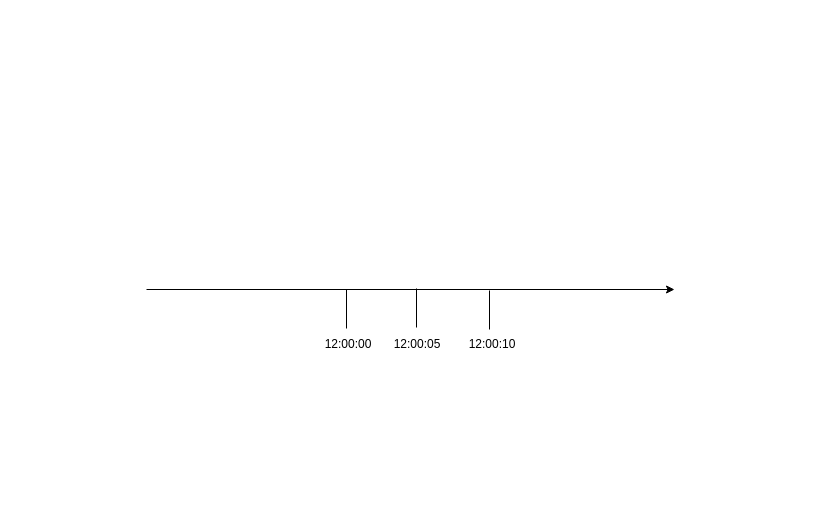
Before: 延迟消息逻辑实现图.drawio in mingtian110/pc_home, a draw.io diagram. Source tidied: cells renumbered, new cells numbered last; positions are measured from the earlier drawing's top-left corner, leaving out a move shared by most shapes. Both pictures are drawn from the tidied source at 100%, with x=0, y=0 at pixel (146, 288).
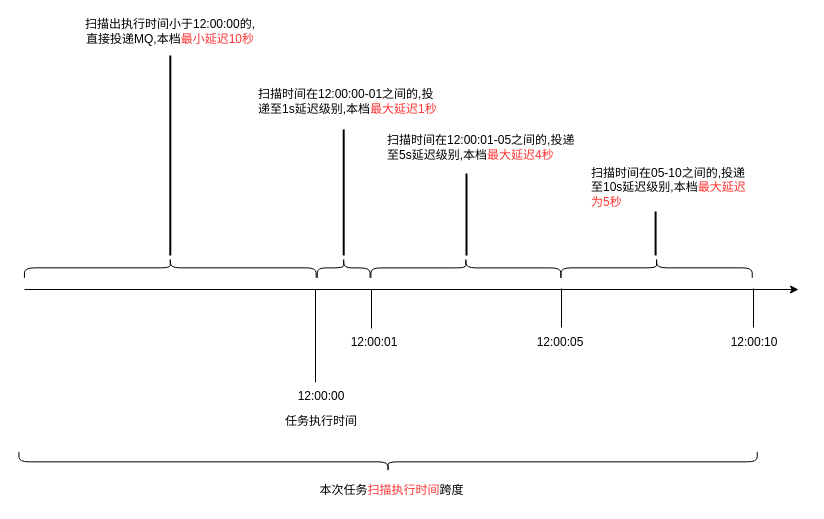
The same page after the edit.

Commit message (it also covers changes not shown here):
更新延迟消息逻辑实现图.drawio

The edit, as a diff of the source:
```diff
@@
     <mxCell id="2" style="endArrow=classic;html=1;" parent="1" edge="1">
       <mxGeometry relative="1" as="geometry">
-        <mxPoint y="1" as="sourcePoint" />
-        <mxPoint x="528" y="1" as="targetPoint" />
+        <mxPoint x="-122" y="1" as="sourcePoint" />
+        <mxPoint x="652" y="1" as="targetPoint" />
       </mxGeometry>
     </mxCell>
     <mxCell id="3" style="endArrow=none;html=1;" parent="1" edge="1">
       <mxGeometry relative="1" as="geometry">
-        <mxPoint x="200" y="40" as="sourcePoint" />
-        <mxPoint x="200" y="1" as="targetPoint" />
+        <mxPoint x="169" y="93.8" as="sourcePoint" />
+        <mxPoint x="169" y="0.8" as="targetPoint" />
       </mxGeometry>
     </mxCell>
     <mxCell id="4" value="12:00:00" style="text;html=1;strokeColor=none;fillColor=none;align=center;verticalAlign=middle;whiteSpace=wrap;rounded=0;" parent="1" vertex="1">
-      <mxGeometry x="182" y="46" width="40" height="20" as="geometry" />
+      <mxGeometry x="155.2" y="98" width="40" height="20" as="geometry" />
     </mxCell>
     <mxCell id="5" style="endArrow=none;html=1;" parent="1" edge="1">
       <mxGeometry relative="1" as="geometry">
-        <mxPoint x="270" y="39" as="sourcePoint" />
-        <mxPoint x="270" as="targetPoint" />
+        <mxPoint x="415" y="39" as="sourcePoint" />
+        <mxPoint x="415" as="targetPoint" />
       </mxGeometry>
     </mxCell>
     <mxCell id="6" style="endArrow=none;html=1;" parent="1" edge="1">
       <mxGeometry relative="1" as="geometry">
-        <mxPoint x="343" y="41" as="sourcePoint" />
-        <mxPoint x="343" y="2" as="targetPoint" />
+        <mxPoint x="607" y="39" as="sourcePoint" />
+        <mxPoint x="607" as="targetPoint" />
       </mxGeometry>
     </mxCell>
     <mxCell id="7" value="12:00:05" style="text;html=1;strokeColor=none;fillColor=none;align=center;verticalAlign=middle;whiteSpace=wrap;rounded=0;" parent="1" vertex="1">
-      <mxGeometry x="251" y="46" width="40" height="20" as="geometry" />
+      <mxGeometry x="394" y="44" width="40" height="20" as="geometry" />
     </mxCell>
     <mxCell id="8" value="12:00:10" style="text;html=1;strokeColor=none;fillColor=none;align=center;verticalAlign=middle;whiteSpace=wrap;rounded=0;" parent="1" vertex="1">
-      <mxGeometry x="326" y="46" width="40" height="20" as="geometry" />
+      <mxGeometry x="588" y="44" width="40" height="20" as="geometry" />
     </mxCell>
+    <mxCell id="9" value="任务执行时间" style="text;html=1;strokeColor=none;fillColor=none;align=center;verticalAlign=middle;whiteSpace=wrap;rounded=0;" parent="1" vertex="1">
+      <mxGeometry x="132.2" y="122" width="86" height="22" as="geometry" />
+    </mxCell>
+    <mxCell id="10" style="shape=curlyBracket;whiteSpace=wrap;html=1;rounded=1;rotation=-90;" parent="1" vertex="1">
+      <mxGeometry x="231.6" y="-195.8" width="20" height="738.3" as="geometry" />
+    </mxCell>
+    <mxCell id="11" value="本次任务&lt;font color=&quot;#ff3333&quot;&gt;扫描执行时间&lt;/font&gt;跨度" style="text;html=1;strokeColor=none;fillColor=none;align=center;verticalAlign=middle;whiteSpace=wrap;rounded=0;" parent="1" vertex="1">
+      <mxGeometry x="169" y="191.4" width="153" height="22" as="geometry" />
+    </mxCell>
+    <mxCell id="12" style="line;strokeWidth=2;direction=south;html=1;" parent="1" vertex="1">
+      <mxGeometry x="18.8" y="-233" width="10" height="200" as="geometry" />
+    </mxCell>
+    <mxCell id="13" value="扫描出执行时间小于12:00:00的,直接投递MQ,本档&lt;font color=&quot;#ff3333&quot;&gt;最小延迟10秒&lt;/font&gt;" style="text;html=1;strokeColor=none;fillColor=none;align=center;verticalAlign=middle;whiteSpace=wrap;rounded=0;" parent="1" vertex="1">
+      <mxGeometry x="-63.2" y="-263" width="174" height="12" as="geometry" />
+    </mxCell>
+    <mxCell id="14" style="endArrow=none;html=1;" parent="1" edge="1">
+      <mxGeometry relative="1" as="geometry">
+        <mxPoint x="225" y="40" as="sourcePoint" />
+        <mxPoint x="225" y="1" as="targetPoint" />
+      </mxGeometry>
+    </mxCell>
+    <mxCell id="15" value="12:00:01" style="text;html=1;strokeColor=none;fillColor=none;align=center;verticalAlign=middle;whiteSpace=wrap;rounded=0;" parent="1" vertex="1">
+      <mxGeometry x="208.2" y="44" width="40" height="20" as="geometry" />
+    </mxCell>
+    <mxCell id="16" style="line;strokeWidth=2;direction=south;html=1;" parent="1" vertex="1">
+      <mxGeometry x="192.2" y="-159" width="10" height="126" as="geometry" />
+    </mxCell>
+    <mxCell id="17" value="扫描时间在12:00:00-01之间的,投递至1s延迟级别,本档&lt;font color=&quot;#ff3333&quot;&gt;最大延迟1秒&lt;/font&gt;" style="text;html=1;strokeColor=none;fillColor=none;align=left;verticalAlign=middle;whiteSpace=wrap;rounded=0;" parent="1" vertex="1">
+      <mxGeometry x="110.2" y="-209" width="183.8" height="44" as="geometry" />
+    </mxCell>
+    <mxCell id="18" style="line;strokeWidth=2;direction=south;html=1;" parent="1" vertex="1">
+      <mxGeometry x="315" y="-115" width="10" height="82" as="geometry" />
+    </mxCell>
+    <mxCell id="19" value="&lt;div&gt;&lt;/div&gt;扫描时间在12:00:01-05之间的,投递至5s延迟级别,本档&lt;font color=&quot;#ff3333&quot;&gt;最大延迟4秒&lt;/font&gt;" style="text;html=1;strokeColor=none;fillColor=none;align=left;verticalAlign=middle;whiteSpace=wrap;rounded=0;" parent="1" vertex="1">
+      <mxGeometry x="239" y="-170.2" width="195" height="58" as="geometry" />
+    </mxCell>
+    <mxCell id="20" style="line;strokeWidth=2;direction=south;html=1;" parent="1" vertex="1">
+      <mxGeometry x="504.1" y="-77" width="10" height="44" as="geometry" />
+    </mxCell>
+    <mxCell id="21" value="扫描时间在05-10之间的,投递至10s延迟级别,本档&lt;font color=&quot;#ff3333&quot;&gt;最大延迟为5秒&lt;/font&gt;" style="text;html=1;strokeColor=none;fillColor=none;align=left;verticalAlign=middle;whiteSpace=wrap;rounded=0;" parent="1" vertex="1">
+      <mxGeometry x="443" y="-123" width="160" height="44" as="geometry" />
+    </mxCell>
+    <mxCell id="22" style="shape=curlyBracket;whiteSpace=wrap;html=1;rounded=1;rotation=90;" parent="1" vertex="1">
+      <mxGeometry x="13.8" y="-166.5" width="20" height="291.7" as="geometry" />
+    </mxCell>
+    <mxCell id="23" style="shape=curlyBracket;whiteSpace=wrap;html=1;rounded=1;rotation=90;" parent="1" vertex="1">
+      <mxGeometry x="500.1" y="-116.3" width="20" height="191.3" as="geometry" />
+    </mxCell>
+    <mxCell id="24" style="shape=curlyBracket;whiteSpace=wrap;html=1;rounded=1;rotation=90;" parent="1" vertex="1">
+      <mxGeometry x="309.4" y="-115.6" width="20" height="190" as="geometry" />
+    </mxCell>
+    <mxCell id="25" style="shape=curlyBracket;whiteSpace=wrap;html=1;rounded=1;rotation=90;" parent="1" vertex="1">
+      <mxGeometry x="187.2" y="-47" width="20" height="52.8" as="geometry" />
+    </mxCell>
```
